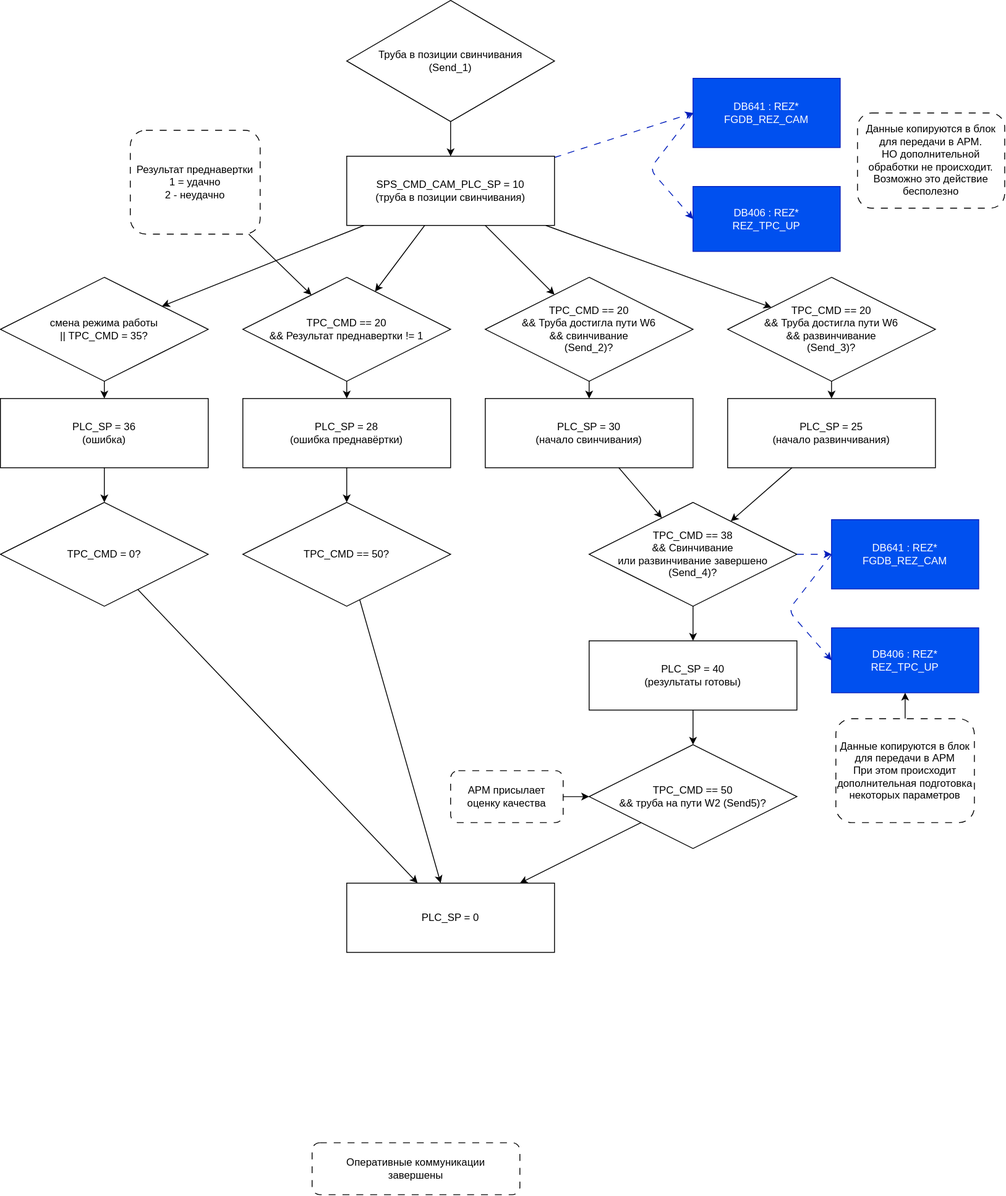
Above: Doc/ПЛК400/Алгоритм обмена оперативными параметрами.drawio.svg in AlexFrick92/PNTZ.Mufta (draw.io), before the change. Source tidied: cells renumbered, new cells last; positions are measured from the earlier drawing's top-left corner, leaving out a move shared by most shapes.
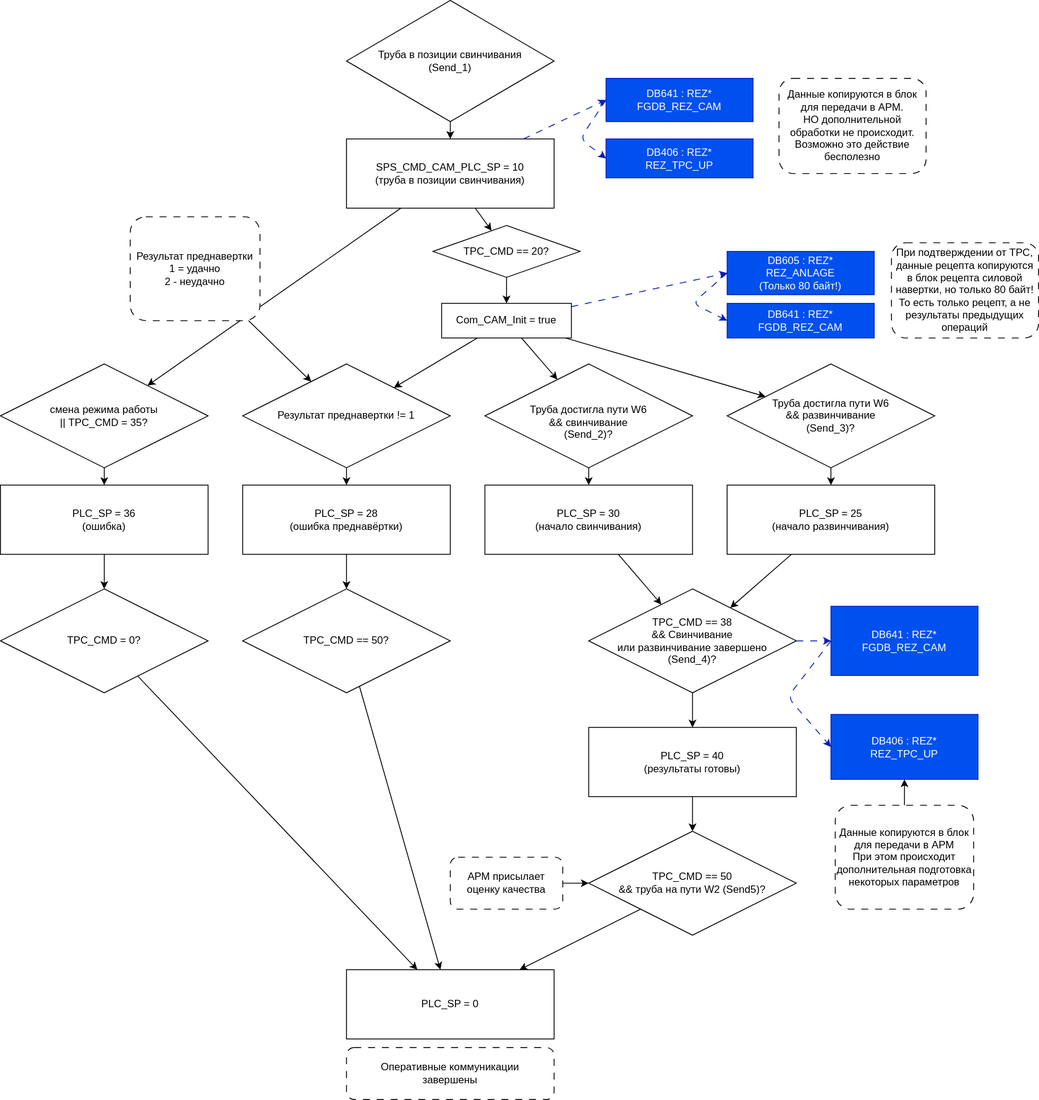
Later version of the same file.

Commit message:
добавил инфу о копирование рецепта при команде 2

Diff of the diagram source:
```diff
@@ -6,45 +6,45 @@
       <mxGeometry relative="1" as="geometry" />
     </mxCell>
     <mxCell id="3" value="Труба в позиции свинчивания&lt;br&gt;(Send_1)" style="rhombus;whiteSpace=wrap;html=1;" parent="1" vertex="1">
-      <mxGeometry x="400" width="240" height="140" as="geometry" />
+      <mxGeometry x="400" y="-100" width="240" height="140" as="geometry" />
     </mxCell>
     <mxCell id="4" style="edgeStyle=none;html=1;exitX=0;exitY=0.5;exitDx=0;exitDy=0;entryX=0;entryY=0.5;entryDx=0;entryDy=0;dashed=1;dashPattern=8 8;fillColor=#0050ef;strokeColor=#001DBC;" parent="1" edge="1" source="5" target="7">
       <mxGeometry relative="1" as="geometry">
         <Array as="points">
-          <mxPoint x="750" y="195" />
+          <mxPoint x="670" y="60" />
         </Array>
       </mxGeometry>
     </mxCell>
     <mxCell id="5" value="DB641 : REZ*&lt;br&gt;FGDB_REZ_CAM" style="rounded=0;whiteSpace=wrap;html=1;fillColor=#0050ef;strokeColor=#001DBC;fontColor=#ffffff;" parent="1" vertex="1">
-      <mxGeometry x="800" y="90" width="170" height="80" as="geometry" />
+      <mxGeometry x="700" y="-10" width="170" height="50" as="geometry" />
     </mxCell>
     <mxCell id="6" style="edgeStyle=none;html=1;entryX=0;entryY=0.5;entryDx=0;entryDy=0;dashed=1;dashPattern=8 8;fillColor=#0050ef;strokeColor=#001DBC;" parent="1" edge="1" source="12" target="5">
       <mxGeometry relative="1" as="geometry" />
     </mxCell>
     <mxCell id="7" value="DB406 : REZ*&lt;br&gt;REZ_TPC_UP" style="rounded=0;whiteSpace=wrap;html=1;fillColor=#0050ef;strokeColor=#001DBC;fontColor=#ffffff;" parent="1" vertex="1">
-      <mxGeometry x="800" y="215" width="170" height="75" as="geometry" />
+      <mxGeometry x="700" y="60" width="170" height="45" as="geometry" />
     </mxCell>
-    <mxCell id="8" style="edgeStyle=none;html=1;fontColor=#FFFFFF;" parent="1" edge="1" source="12" target="14">
+    <mxCell id="8" style="edgeStyle=none;html=1;fontColor=#FFFFFF;" parent="1" edge="1" source="61" target="14">
       <mxGeometry relative="1" as="geometry" />
     </mxCell>
-    <mxCell id="9" style="edgeStyle=none;html=1;fontColor=#FFFFFF;" parent="1" edge="1" source="12" target="18">
-      <mxGeometry relative="1" as="geometry" />
-    </mxCell>
-    <mxCell id="10" style="edgeStyle=none;html=1;fontColor=#FFFFFF;" parent="1" edge="1" source="12" target="44">
+    <mxCell id="10" style="edgeStyle=none;html=1;fontColor=#FFFFFF;" parent="1" edge="1" source="61" target="44">
       <mxGeometry relative="1" as="geometry" />
     </mxCell>
     <mxCell id="11" style="edgeStyle=none;html=1;fontColor=#FFFFFF;" parent="1" edge="1" source="12" target="22">
       <mxGeometry relative="1" as="geometry" />
     </mxCell>
+    <mxCell id="52" style="edgeStyle=none;html=1;" parent="1" edge="1" source="12" target="55">
+      <mxGeometry relative="1" as="geometry" />
+    </mxCell>
     <mxCell id="12" value="SPS_CMD_CAM_PLC_SP = 10&lt;br&gt;(труба в позиции свинчивания)" style="whiteSpace=wrap;html=1;" parent="1" vertex="1">
-      <mxGeometry x="400" y="180" width="240" height="80" as="geometry" />
+      <mxGeometry x="400" y="60" width="240" height="80" as="geometry" />
     </mxCell>
     <mxCell id="13" style="edgeStyle=none;html=1;fontColor=#FFFFFF;" parent="1" edge="1" target="16">
       <mxGeometry relative="1" as="geometry">
         <mxPoint x="680" y="400" as="sourcePoint" />
       </mxGeometry>
     </mxCell>
-    <mxCell id="14" value="TPC_CMD == 20&lt;br&gt;&amp;amp;&amp;amp; Труба достигла пути W6&lt;br&gt;&amp;amp;&amp;amp; свинчивание&lt;br&gt;(Send_2)?" style="rhombus;whiteSpace=wrap;html=1;" parent="1" vertex="1">
+    <mxCell id="14" value="&lt;br&gt;Труба достигла пути W6&lt;br&gt;&amp;amp;&amp;amp; свинчивание&lt;br&gt;(Send_2)?" style="rhombus;whiteSpace=wrap;html=1;" parent="1" vertex="1">
       <mxGeometry x="560" y="320" width="240" height="120" as="geometry" />
     </mxCell>
     <mxCell id="15" style="edgeStyle=none;html=1;fontColor=#FFFFFF;" parent="1" edge="1" source="16" target="26">
@@ -58,7 +58,7 @@
         <mxPoint x="400" y="400" as="sourcePoint" />
       </mxGeometry>
     </mxCell>
-    <mxCell id="18" value="TPC_CMD == 20&lt;br&gt;&amp;amp;&amp;amp; Результат преднавертки != 1" style="rhombus;whiteSpace=wrap;html=1;" parent="1" vertex="1">
+    <mxCell id="18" value="Результат преднавертки != 1" style="rhombus;whiteSpace=wrap;html=1;" parent="1" vertex="1">
       <mxGeometry x="280" y="320" width="240" height="120" as="geometry" />
     </mxCell>
     <mxCell id="19" style="edgeStyle=none;html=1;fontColor=#FFFFFF;" parent="1" edge="1" source="20" target="37">
@@ -131,7 +131,7 @@
       <mxGeometry y="580" width="240" height="120" as="geometry" />
     </mxCell>
     <mxCell id="40" value="Оперативные коммуникации&lt;br&gt;завершены" style="rounded=1;whiteSpace=wrap;html=1;fillStyle=solid;dashed=1;dashPattern=8 8;" parent="1" vertex="1">
-      <mxGeometry x="360" y="1320" width="240" height="60" as="geometry" />
+      <mxGeometry x="400" y="1110" width="240" height="60" as="geometry" />
     </mxCell>
     <mxCell id="41" style="edgeStyle=none;html=1;fontColor=#FFFFFF;" parent="1" edge="1" source="42" target="34">
       <mxGeometry relative="1" as="geometry" />
@@ -144,7 +144,7 @@
         <mxPoint x="960" y="400" as="sourcePoint" />
       </mxGeometry>
     </mxCell>
-    <mxCell id="44" value="TPC_CMD == 20&lt;br&gt;&amp;amp;&amp;amp; Труба достигла пути W6&lt;br&gt;&amp;amp;&amp;amp; развинчивание&lt;br&gt;(Send_3)?" style="rhombus;whiteSpace=wrap;html=1;" parent="1" vertex="1">
+    <mxCell id="44" value="Труба достигла пути W6&lt;br&gt;&amp;amp;&amp;amp; развинчивание&lt;br&gt;(Send_3)?" style="rhombus;whiteSpace=wrap;html=1;" parent="1" vertex="1">
       <mxGeometry x="840" y="320" width="240" height="120" as="geometry" />
     </mxCell>
     <mxCell id="45" style="edgeStyle=none;html=1;fontColor=#FFFFFF;" parent="1" edge="1" source="46" target="26">
@@ -160,7 +160,7 @@
       <mxGeometry x="965" y="830" width="160" height="120" as="geometry" />
     </mxCell>
     <mxCell id="49" value="Данные копируются в блок для передачи в АРМ.&lt;br&gt;НО дополнительной обработки не происходит. Возможно это действие бесполезно" style="rounded=1;whiteSpace=wrap;html=1;fillStyle=solid;dashed=1;dashPattern=8 8;" parent="1" vertex="1">
-      <mxGeometry x="990" y="130" width="170" height="110" as="geometry" />
+      <mxGeometry x="900" y="-10" width="170" height="110" as="geometry" />
     </mxCell>
     <mxCell id="50" style="edgeStyle=none;html=1;fontColor=#FFFFFF;" parent="1" edge="1" source="51" target="18">
       <mxGeometry relative="1" as="geometry" />
@@ -168,5 +168,36 @@
     <mxCell id="51" value="Результат преднавертки&lt;br&gt;1 = удачно&lt;br&gt;2 - неудачно" style="rounded=1;whiteSpace=wrap;html=1;fillStyle=solid;dashed=1;dashPattern=8 8;" parent="1" vertex="1">
       <mxGeometry x="150" y="150" width="150" height="120" as="geometry" />
     </mxCell>
+    <mxCell id="53" style="edgeStyle=none;html=1;" parent="1" edge="1" source="61" target="18">
+      <mxGeometry relative="1" as="geometry" />
+    </mxCell>
+    <mxCell id="54" style="edgeStyle=none;html=1;" parent="1" edge="1" source="55" target="61">
+      <mxGeometry relative="1" as="geometry" />
+    </mxCell>
+    <mxCell id="55" value="TPC_CMD == 20?" style="rhombus;whiteSpace=wrap;html=1;" parent="1" vertex="1">
+      <mxGeometry x="500" y="160" width="170" height="60" as="geometry" />
+    </mxCell>
+    <mxCell id="56" style="edgeStyle=none;html=1;exitX=0;exitY=0.5;exitDx=0;exitDy=0;entryX=0;entryY=0.5;entryDx=0;entryDy=0;dashed=1;dashPattern=8 8;fillColor=#0050ef;strokeColor=#001DBC;" parent="1" edge="1" source="57" target="59">
+      <mxGeometry relative="1" as="geometry">
+        <Array as="points">
+          <mxPoint x="800" y="250" />
+        </Array>
+      </mxGeometry>
+    </mxCell>
+    <mxCell id="57" value="DB605 : REZ*&lt;br&gt;REZ_ANLAGE&lt;br&gt;(Только 80 байт!)" style="rounded=0;whiteSpace=wrap;html=1;fillColor=#0050ef;strokeColor=#001DBC;fontColor=#ffffff;" parent="1" vertex="1">
+      <mxGeometry x="840" y="190" width="170" height="50" as="geometry" />
+    </mxCell>
+    <mxCell id="58" style="edgeStyle=none;html=1;entryX=0;entryY=0.5;entryDx=0;entryDy=0;dashed=1;dashPattern=8 8;fillColor=#0050ef;strokeColor=#001DBC;" parent="1" edge="1" source="61" target="57">
+      <mxGeometry relative="1" as="geometry" />
+    </mxCell>
+    <mxCell id="59" value="DB641 : REZ*&lt;br&gt;FGDB_REZ_CAM" style="rounded=0;whiteSpace=wrap;html=1;fillColor=#0050ef;strokeColor=#001DBC;fontColor=#ffffff;" parent="1" vertex="1">
+      <mxGeometry x="840" y="250" width="170" height="40" as="geometry" />
+    </mxCell>
+    <mxCell id="60" value="При подтверждении от TPC,&lt;br&gt;данные рецепта копируются в блок рецепта силовой навертки, но только 80 байт!&lt;br&gt;То есть только рецепт, а не результаты предыдущих операций" style="rounded=1;whiteSpace=wrap;html=1;fillStyle=solid;dashed=1;dashPattern=8 8;" parent="1" vertex="1">
+      <mxGeometry x="1030" y="180" width="170" height="110" as="geometry" />
+    </mxCell>
+    <mxCell id="61" value="Com_CAM_Init = true" style="whiteSpace=wrap;html=1;" parent="1" vertex="1">
+      <mxGeometry x="510" y="250" width="150" height="40" as="geometry" />
+    </mxCell>
   </root>
 </mxGraphModel>
```
